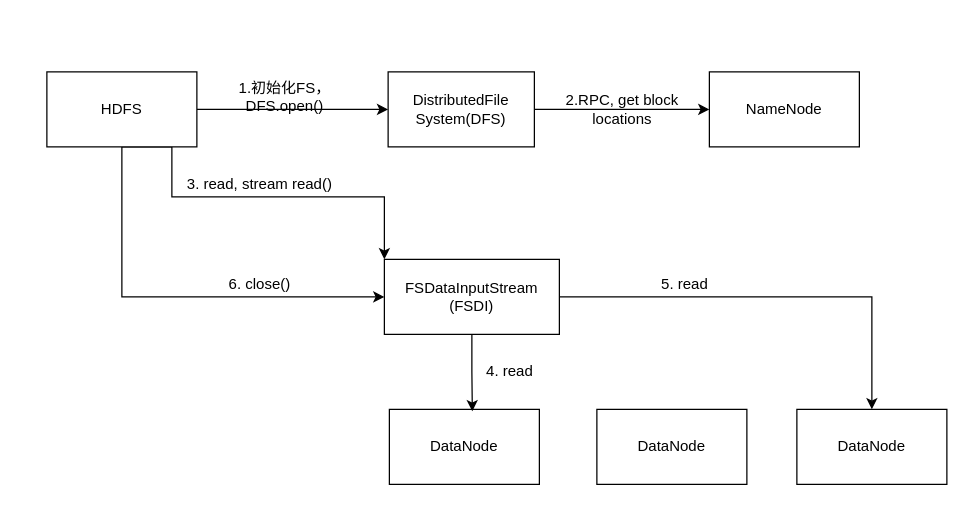
Before: drawio/HDFS读取过程.drawio in airyv/Image-Hosting, a draw.io diagram. Source tidied: cells renumbered, new cells numbered last; positions are measured from the earlier drawing's top-left corner, leaving out a move shared by most shapes. Both pictures are drawn from the tidied source at 125%, with x=0, y=0 at pixel (46, 71).
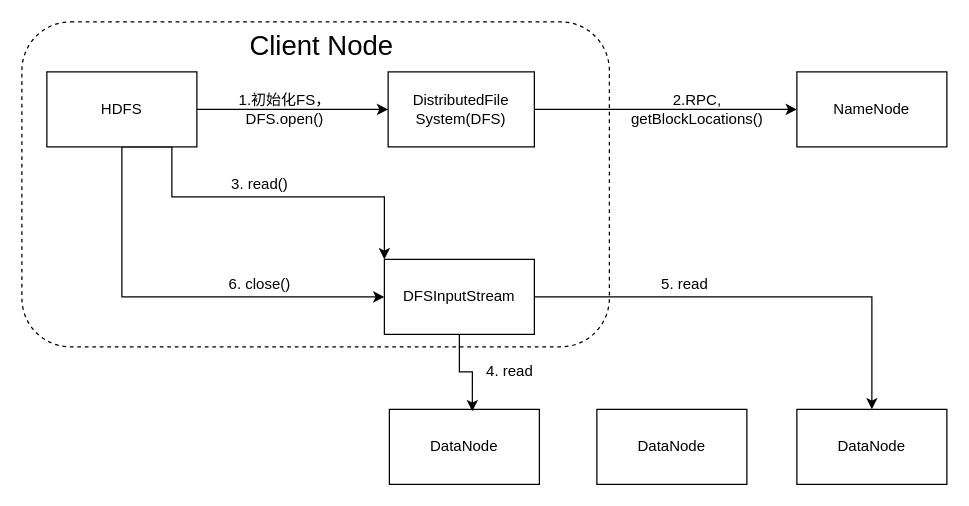
Above is the later version.

Change to the diagram source:
```diff
@@
+    <mxCell id="21" style="rounded=1;whiteSpace=wrap;html=1;dashed=1;fillColor=none;" parent="1" vertex="1">
+      <mxGeometry x="-20" y="-40" width="470" height="260" as="geometry" />
+    </mxCell>
@@
     <mxCell id="8" value="NameNode" style="rounded=0;whiteSpace=wrap;html=1;" parent="1" vertex="1">
-      <mxGeometry x="530" width="120" height="60" as="geometry" />
+      <mxGeometry x="600" width="120" height="60" as="geometry" />
     </mxCell>
     <mxCell id="9" value="1.初始化FS，&lt;br&gt;DFS.open()" style="text;html=1;align=center;verticalAlign=middle;strokeColor=none;" parent="1" vertex="1">
-      <mxGeometry x="140" y="5" width="100" height="30" as="geometry" />
+      <mxGeometry x="140" y="15" width="100" height="30" as="geometry" />
     </mxCell>
-    <mxCell id="10" value="2.RPC, get block&lt;br&gt;locations" style="text;html=1;align=center;verticalAlign=middle;strokeColor=none;" parent="1" vertex="1">
-      <mxGeometry x="400" y="15" width="120" height="30" as="geometry" />
+    <mxCell id="10" value="2.RPC, &lt;br&gt;getBlockLocations()" style="text;html=1;align=center;verticalAlign=middle;strokeColor=none;" parent="1" vertex="1">
+      <mxGeometry x="450" y="15" width="140" height="30" as="geometry" />
     </mxCell>
@@
-    <mxCell id="13" value="FSDataInputStream&lt;br&gt;(FSDI)" style="rounded=0;whiteSpace=wrap;html=1;fillColor=none;gradientColor=none;" parent="1" vertex="1">
-      <mxGeometry x="270" y="150" width="140" height="60" as="geometry" />
+    <mxCell id="13" value="DFSInputStream" style="rounded=0;whiteSpace=wrap;html=1;fillColor=none;gradientColor=none;" parent="1" vertex="1">
+      <mxGeometry x="270" y="150" width="120" height="60" as="geometry" />
     </mxCell>
-    <mxCell id="14" value="3. read, stream read()" style="text;html=1;align=center;verticalAlign=middle;strokeColor=none;" parent="1" vertex="1">
-      <mxGeometry x="95" y="80" width="150" height="20" as="geometry" />
+    <mxCell id="14" value="3. read()" style="text;html=1;align=center;verticalAlign=middle;strokeColor=none;" parent="1" vertex="1">
+      <mxGeometry x="135" y="80" width="70" height="20" as="geometry" />
     </mxCell>
@@
+    <mxCell id="22" value="&lt;font style=&quot;font-size: 22px&quot;&gt;Client Node&lt;/font&gt;" style="text;html=1;strokeColor=none;fillColor=none;align=center;verticalAlign=middle;whiteSpace=wrap;rounded=0;dashed=1;" parent="1" vertex="1">
+      <mxGeometry x="110" y="-30" width="220" height="20" as="geometry" />
+    </mxCell>
```
